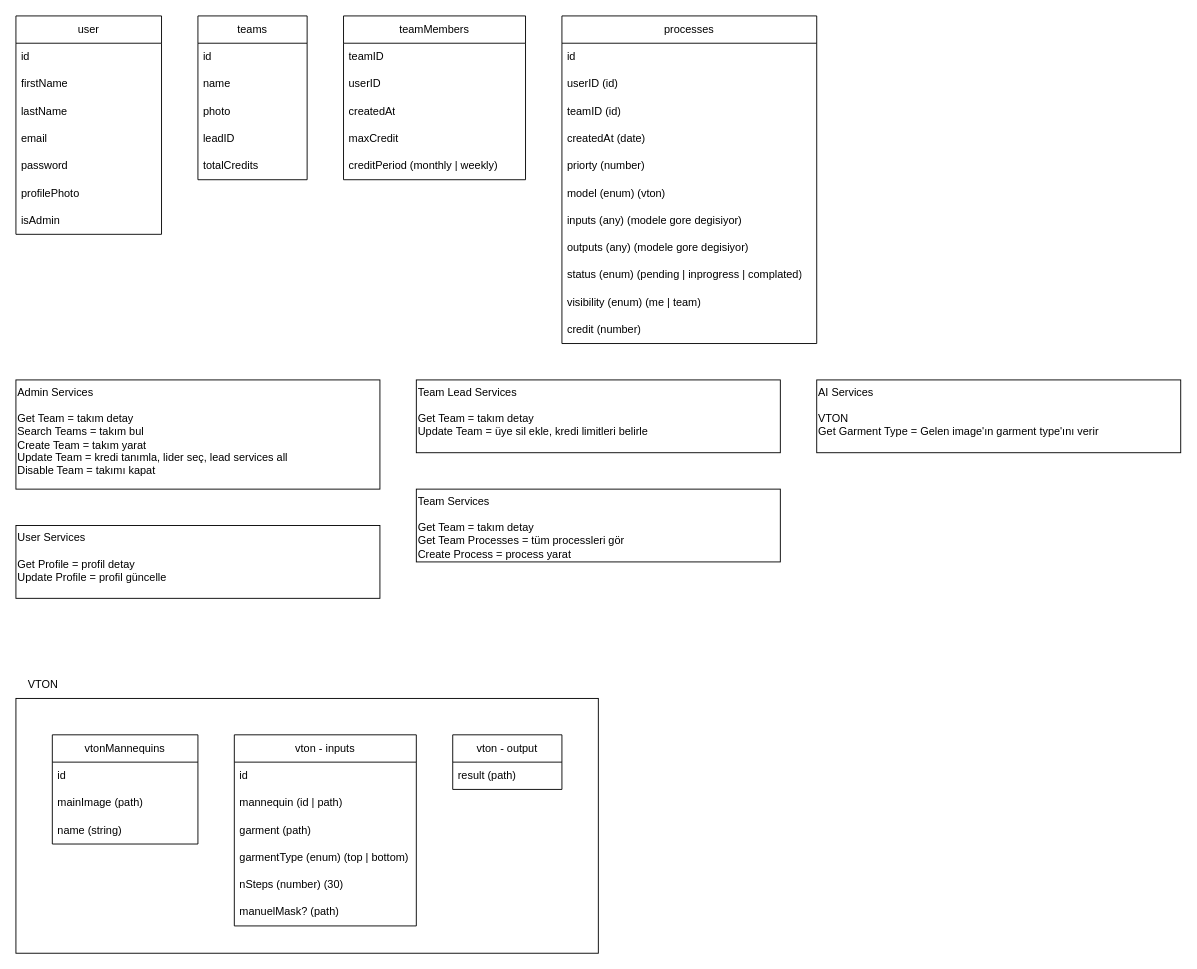
farukborann/orion-chamber-backend keeps this draw.io diagram as schema.drawio. Above is the earlier version. Source tidied: cells renumbered, new cells numbered last; positions are measured from the earlier drawing's top-left corner, leaving out a move shared by most shapes. Both pictures are drawn from the tidied source at 91%, with x=0, y=0 at pixel (15, 15).
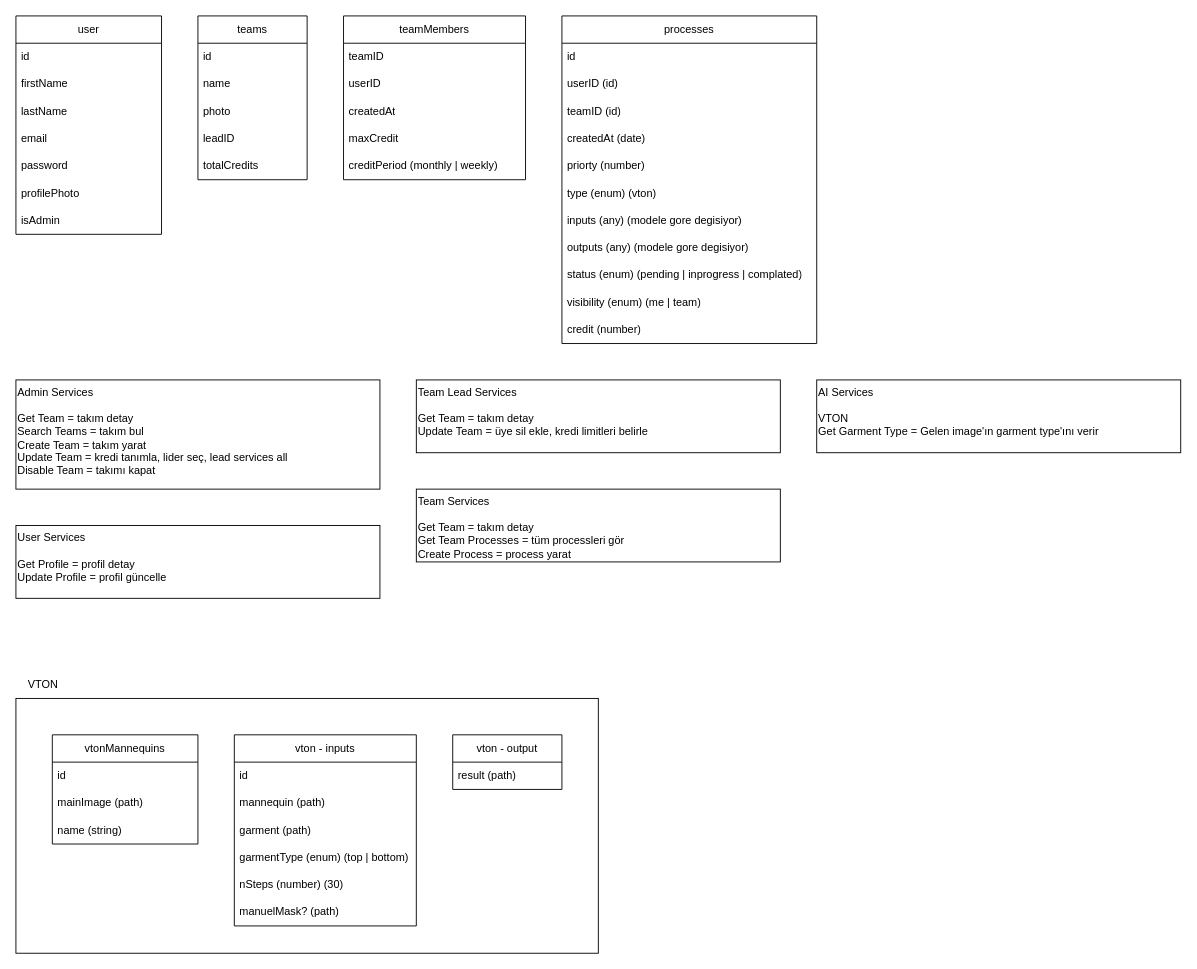
Above is the later version.

The change refers to these unchanged cells:
```xml
<mxCell id="3" value="processes" style="swimlane;fontStyle=0;horizontal=1;startSize=30;whiteSpace=wrap;html=1;" parent="1" vertex="1">
  <mxGeometry x="600" width="280" height="360" as="geometry" />
</mxCell>
<mxCell id="15" value="vton - inputs" style="swimlane;fontStyle=0;horizontal=1;startSize=30;whiteSpace=wrap;html=1;" parent="1" vertex="1">
  <mxGeometry x="240" y="790" width="200" height="210" as="geometry" />
</mxCell>
```

Change to the diagram source:
```diff
@@
-    <mxCell id="9" value="model (enum) (vton)" style="text;strokeColor=none;fillColor=none;align=left;verticalAlign=middle;spacingLeft=4;spacingRight=4;overflow=hidden;whiteSpace=wrap;html=1;" parent="3" vertex="1">
+    <mxCell id="9" value="type (enum) (vton)" style="text;strokeColor=none;fillColor=none;align=left;verticalAlign=middle;spacingLeft=4;spacingRight=4;overflow=hidden;whiteSpace=wrap;html=1;" parent="3" vertex="1">
       <mxGeometry y="180" width="280" height="30" as="geometry" />
     </mxCell>
@@
-    <mxCell id="17" value="mannequin (id | path)" style="text;strokeColor=none;fillColor=none;align=left;verticalAlign=middle;spacingLeft=4;spacingRight=4;overflow=hidden;whiteSpace=wrap;html=1;" parent="15" vertex="1">
+    <mxCell id="17" value="mannequin (path)" style="text;strokeColor=none;fillColor=none;align=left;verticalAlign=middle;spacingLeft=4;spacingRight=4;overflow=hidden;whiteSpace=wrap;html=1;" parent="15" vertex="1">
       <mxGeometry y="60" width="200" height="30" as="geometry" />
     </mxCell>
```
